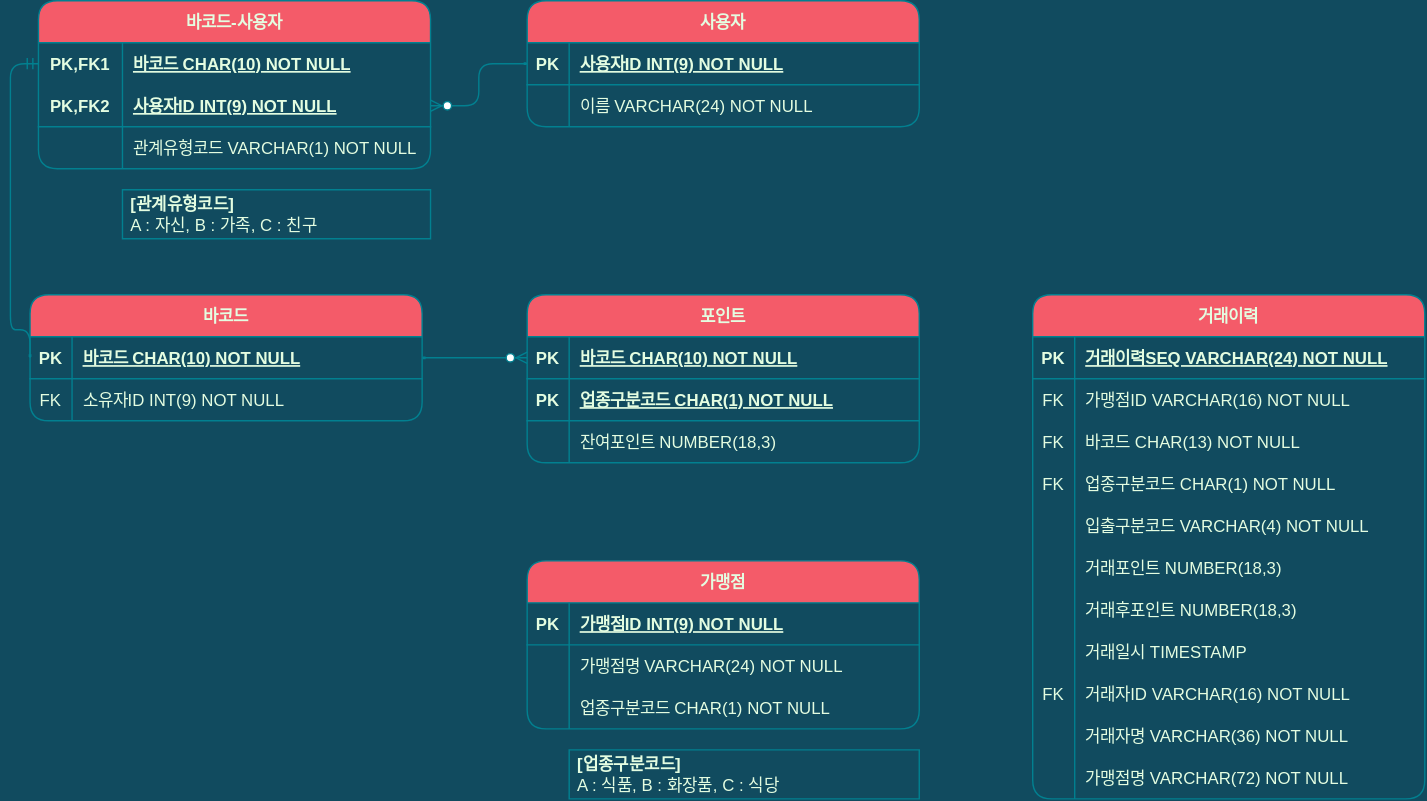
The draw.io diagram document/kakaopay-membership.svg in TyronneJeong/KakaoPay-Subject, before a commit. Source tidied: cells renumbered, new cells last; positions are measured from the earlier drawing's top-left corner, leaving out a move shared by most shapes.
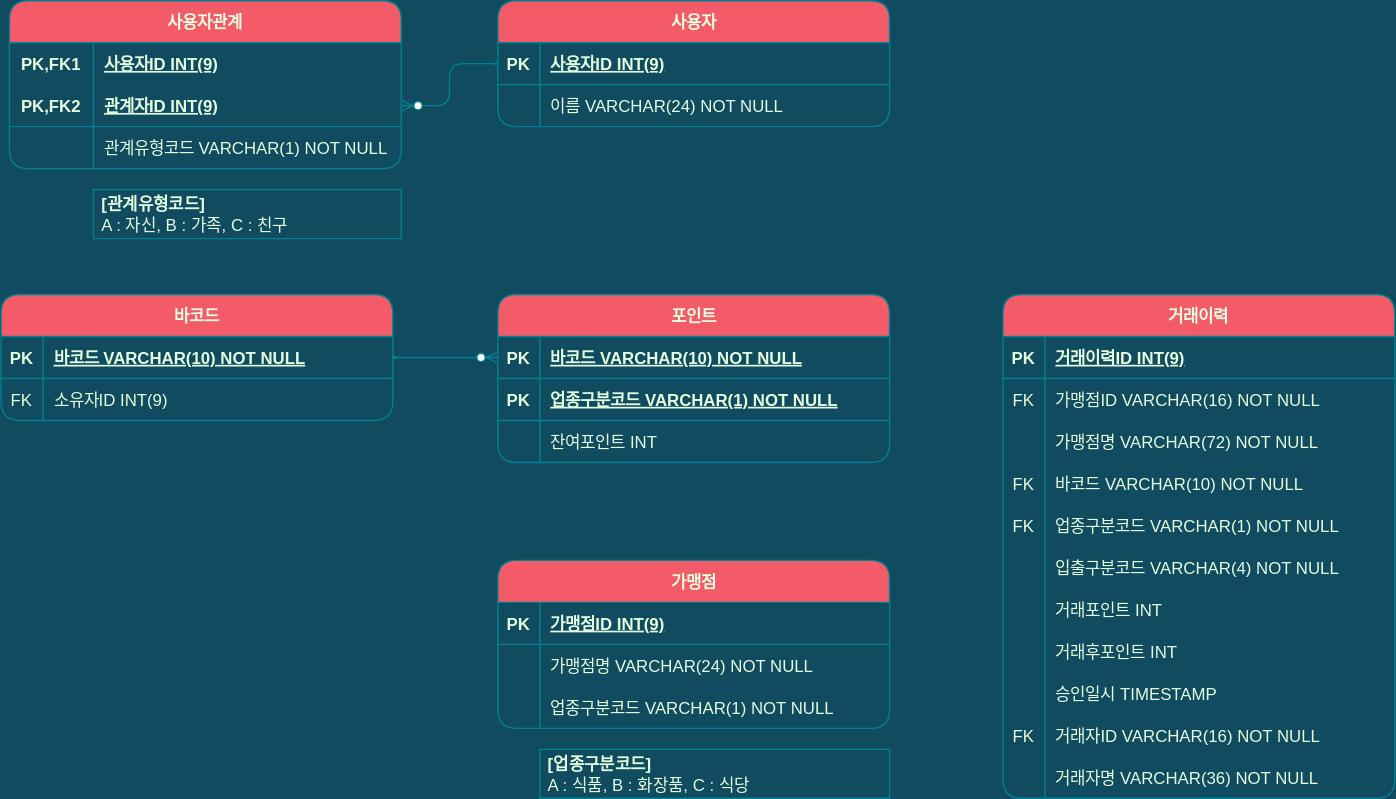
The same file after the commit.

Change to the diagram source:
```diff
@@ -13,3 +13,3 @@
     </mxCell>
-    <mxCell id="5" value="바코드 CHAR(10) NOT NULL" style="shape=partialRectangle;fillColor=none;top=0;left=0;bottom=0;right=0;align=left;spacingLeft=6;fontStyle=5;overflow=hidden;rounded=1;strokeColor=#028090;fontColor=#E4FDE1;" parent="3" vertex="1">
+    <mxCell id="5" value="바코드 VARCHAR(10) NOT NULL" style="shape=partialRectangle;fillColor=none;top=0;left=0;bottom=0;right=0;align=left;spacingLeft=6;fontStyle=5;overflow=hidden;rounded=1;strokeColor=#028090;fontColor=#E4FDE1;" parent="3" vertex="1">
       <mxGeometry x="30" width="250" height="30" as="geometry" />
@@ -22,3 +22,3 @@
     </mxCell>
-    <mxCell id="8" value="소유자ID INT(9) NOT NULL" style="shape=partialRectangle;fillColor=none;top=0;left=0;bottom=0;right=0;align=left;spacingLeft=6;overflow=hidden;rounded=1;strokeColor=#028090;fontColor=#E4FDE1;" parent="6" vertex="1">
+    <mxCell id="8" value="소유자ID INT(9)" style="shape=partialRectangle;fillColor=none;top=0;left=0;bottom=0;right=0;align=left;spacingLeft=6;overflow=hidden;rounded=1;strokeColor=#028090;fontColor=#E4FDE1;" parent="6" vertex="1">
       <mxGeometry x="30" width="250" height="30" as="geometry" />
@@ -34,3 +34,3 @@
     </mxCell>
-    <mxCell id="12" value="사용자ID INT(9) NOT NULL" style="shape=partialRectangle;fillColor=none;top=0;left=0;bottom=0;right=0;align=left;spacingLeft=6;fontStyle=5;overflow=hidden;rounded=1;strokeColor=#028090;fontColor=#E4FDE1;" parent="10" vertex="1">
+    <mxCell id="12" value="사용자ID INT(9)" style="shape=partialRectangle;fillColor=none;top=0;left=0;bottom=0;right=0;align=left;spacingLeft=6;fontStyle=5;overflow=hidden;rounded=1;strokeColor=#028090;fontColor=#E4FDE1;" parent="10" vertex="1">
       <mxGeometry x="30" width="250" height="30" as="geometry" />
@@ -46,3 +46,3 @@
     </mxCell>
-    <mxCell id="16" value="바코드-사용자" style="shape=table;startSize=30;rowLines=0;fontStyle=1;align=center;rounded=1;fillColor=#F45B69;strokeColor=#028090;fontColor=#E4FDE1;" parent="1" vertex="1">
+    <mxCell id="16" value="사용자관계" style="shape=table;startSize=30;rowLines=0;fontStyle=1;align=center;rounded=1;fillColor=#F45B69;strokeColor=#028090;fontColor=#E4FDE1;" parent="1" vertex="1">
       <mxGeometry x="19.9" width="280" height="120" as="geometry" />
@@ -55,3 +55,3 @@
     </mxCell>
-    <mxCell id="19" value="바코드 CHAR(10) NOT NULL" style="shape=partialRectangle;fillColor=none;top=0;left=0;bottom=0;right=0;align=left;spacingLeft=6;fontStyle=5;overflow=hidden;rounded=1;strokeColor=#028090;fontColor=#E4FDE1;" parent="17" vertex="1">
+    <mxCell id="19" value="사용자ID INT(9)" style="shape=partialRectangle;fillColor=none;top=0;left=0;bottom=0;right=0;align=left;spacingLeft=6;fontStyle=5;overflow=hidden;rounded=1;strokeColor=#028090;fontColor=#E4FDE1;" parent="17" vertex="1">
       <mxGeometry x="60" width="220" height="30" as="geometry" />
@@ -64,3 +64,3 @@
     </mxCell>
-    <mxCell id="22" value="사용자ID INT(9) NOT NULL" style="shape=partialRectangle;fillColor=none;top=0;left=0;bottom=0;right=0;align=left;spacingLeft=6;fontStyle=5;overflow=hidden;rounded=1;strokeColor=#028090;fontColor=#E4FDE1;" parent="20" vertex="1">
+    <mxCell id="22" value="관계자ID INT(9)" style="shape=partialRectangle;fillColor=none;top=0;left=0;bottom=0;right=0;align=left;spacingLeft=6;fontStyle=5;overflow=hidden;rounded=1;strokeColor=#028090;fontColor=#E4FDE1;" parent="20" vertex="1">
       <mxGeometry x="60" width="220" height="30" as="geometry" />
@@ -85,3 +85,3 @@
     </mxCell>
-    <mxCell id="29" value="가맹점ID INT(9) NOT NULL" style="shape=partialRectangle;fillColor=none;top=0;left=0;bottom=0;right=0;align=left;spacingLeft=6;fontStyle=5;overflow=hidden;rounded=1;strokeColor=#028090;fontColor=#E4FDE1;" parent="27" vertex="1">
+    <mxCell id="29" value="가맹점ID INT(9)" style="shape=partialRectangle;fillColor=none;top=0;left=0;bottom=0;right=0;align=left;spacingLeft=6;fontStyle=5;overflow=hidden;rounded=1;strokeColor=#028090;fontColor=#E4FDE1;" parent="27" vertex="1">
       <mxGeometry x="30" width="250" height="30" as="geometry" />
@@ -103,3 +103,3 @@
     </mxCell>
-    <mxCell id="35" value="업종구분코드 CHAR(1) NOT NULL" style="shape=partialRectangle;fillColor=none;top=0;left=0;bottom=0;right=0;align=left;spacingLeft=6;overflow=hidden;rounded=1;strokeColor=#028090;fontColor=#E4FDE1;" parent="33" vertex="1">
+    <mxCell id="35" value="업종구분코드 VARCHAR(1) NOT NULL" style="shape=partialRectangle;fillColor=none;top=0;left=0;bottom=0;right=0;align=left;spacingLeft=6;overflow=hidden;rounded=1;strokeColor=#028090;fontColor=#E4FDE1;" parent="33" vertex="1">
       <mxGeometry x="30" width="250" height="30" as="geometry" />
@@ -115,3 +115,3 @@
     </mxCell>
-    <mxCell id="39" value="바코드 CHAR(10) NOT NULL" style="shape=partialRectangle;fillColor=none;top=0;left=0;bottom=0;right=0;align=left;spacingLeft=6;fontStyle=5;overflow=hidden;rounded=1;strokeColor=#028090;fontColor=#E4FDE1;" parent="37" vertex="1">
+    <mxCell id="39" value="바코드 VARCHAR(10) NOT NULL" style="shape=partialRectangle;fillColor=none;top=0;left=0;bottom=0;right=0;align=left;spacingLeft=6;fontStyle=5;overflow=hidden;rounded=1;strokeColor=#028090;fontColor=#E4FDE1;" parent="37" vertex="1">
       <mxGeometry x="30" width="250" height="30" as="geometry" />
@@ -124,3 +124,3 @@
     </mxCell>
-    <mxCell id="42" value="업종구분코드 CHAR(1) NOT NULL" style="shape=partialRectangle;fillColor=none;top=0;left=0;bottom=0;right=0;align=left;spacingLeft=6;fontStyle=5;overflow=hidden;fontFamily=Helvetica;fontSize=12;startSize=0;rounded=1;strokeColor=#028090;fontColor=#E4FDE1;" parent="40" vertex="1">
+    <mxCell id="42" value="업종구분코드 VARCHAR(1) NOT NULL" style="shape=partialRectangle;fillColor=none;top=0;left=0;bottom=0;right=0;align=left;spacingLeft=6;fontStyle=5;overflow=hidden;fontFamily=Helvetica;fontSize=12;startSize=0;rounded=1;strokeColor=#028090;fontColor=#E4FDE1;" parent="40" vertex="1">
       <mxGeometry x="30" width="250" height="30" as="geometry" />
@@ -133,3 +133,3 @@
     </mxCell>
-    <mxCell id="45" value="잔여포인트 NUMBER(18,3)" style="shape=partialRectangle;fillColor=none;top=0;left=0;bottom=0;right=0;align=left;spacingLeft=6;overflow=hidden;rounded=1;strokeColor=#028090;fontColor=#E4FDE1;" parent="43" vertex="1">
+    <mxCell id="45" value="잔여포인트 INT" style="shape=partialRectangle;fillColor=none;top=0;left=0;bottom=0;right=0;align=left;spacingLeft=6;overflow=hidden;rounded=1;strokeColor=#028090;fontColor=#E4FDE1;" parent="43" vertex="1">
       <mxGeometry x="30" width="250" height="30" as="geometry" />
@@ -145,3 +145,3 @@
     </mxCell>
-    <mxCell id="49" value="거래이력SEQ VARCHAR(24) NOT NULL" style="shape=partialRectangle;fillColor=none;top=0;left=0;bottom=0;right=0;align=left;spacingLeft=6;fontStyle=5;overflow=hidden;rounded=1;strokeColor=#028090;fontColor=#E4FDE1;" parent="47" vertex="1">
+    <mxCell id="49" value="거래이력ID INT(9)" style="shape=partialRectangle;fillColor=none;top=0;left=0;bottom=0;right=0;align=left;spacingLeft=6;fontStyle=5;overflow=hidden;rounded=1;strokeColor=#028090;fontColor=#E4FDE1;" parent="47" vertex="1">
       <mxGeometry x="30" width="250" height="30" as="geometry" />
@@ -157,4 +157,13 @@
     </mxCell>
+    <mxCell id="77" style="shape=tableRow;horizontal=0;startSize=0;swimlaneHead=0;swimlaneBody=0;fillColor=none;top=0;left=0;right=0;bottom=0;rounded=1;strokeColor=#028090;fontColor=#E4FDE1;" parent="46" vertex="1">
+      <mxGeometry y="90" width="280" height="30" as="geometry" />
+    </mxCell>
+    <mxCell id="78" style="shape=partialRectangle;fillColor=none;top=0;left=0;bottom=0;right=0;overflow=hidden;rounded=1;strokeColor=#028090;fontColor=#E4FDE1;" parent="77" vertex="1">
+      <mxGeometry width="30" height="30" as="geometry" />
+    </mxCell>
+    <mxCell id="79" value="가맹점명 VARCHAR(72) NOT NULL" style="shape=partialRectangle;fillColor=none;top=0;left=0;bottom=0;right=0;align=left;spacingLeft=6;overflow=hidden;rounded=1;strokeColor=#028090;fontColor=#E4FDE1;" parent="77" vertex="1">
+      <mxGeometry x="30" width="250" height="30" as="geometry" />
+    </mxCell>
     <mxCell id="53" style="shape=tableRow;horizontal=0;startSize=0;swimlaneHead=0;swimlaneBody=0;fillColor=none;top=0;left=0;right=0;bottom=0;rounded=1;strokeColor=#028090;fontColor=#E4FDE1;" parent="46" vertex="1">
-      <mxGeometry y="90" width="280" height="30" as="geometry" />
+      <mxGeometry y="120" width="280" height="30" as="geometry" />
     </mxCell>
@@ -163,3 +172,3 @@
     </mxCell>
-    <mxCell id="55" value="바코드 CHAR(13) NOT NULL" style="shape=partialRectangle;fillColor=none;top=0;left=0;bottom=0;right=0;align=left;spacingLeft=6;overflow=hidden;rounded=1;strokeColor=#028090;fontColor=#E4FDE1;" parent="53" vertex="1">
+    <mxCell id="55" value="바코드 VARCHAR(10) NOT NULL" style="shape=partialRectangle;fillColor=none;top=0;left=0;bottom=0;right=0;align=left;spacingLeft=6;overflow=hidden;rounded=1;strokeColor=#028090;fontColor=#E4FDE1;" parent="53" vertex="1">
       <mxGeometry x="30" width="250" height="30" as="geometry" />
@@ -167,3 +176,3 @@
     <mxCell id="56" style="shape=tableRow;horizontal=0;startSize=0;swimlaneHead=0;swimlaneBody=0;fillColor=none;top=0;left=0;right=0;bottom=0;rounded=1;strokeColor=#028090;fontColor=#E4FDE1;" parent="46" vertex="1">
-      <mxGeometry y="120" width="280" height="30" as="geometry" />
+      <mxGeometry y="150" width="280" height="30" as="geometry" />
     </mxCell>
@@ -172,3 +181,3 @@
     </mxCell>
-    <mxCell id="58" value="업종구분코드 CHAR(1) NOT NULL" style="shape=partialRectangle;fillColor=none;top=0;left=0;bottom=0;right=0;align=left;spacingLeft=6;overflow=hidden;rounded=1;strokeColor=#028090;fontColor=#E4FDE1;" parent="56" vertex="1">
+    <mxCell id="58" value="업종구분코드 VARCHAR(1) NOT NULL" style="shape=partialRectangle;fillColor=none;top=0;left=0;bottom=0;right=0;align=left;spacingLeft=6;overflow=hidden;rounded=1;strokeColor=#028090;fontColor=#E4FDE1;" parent="56" vertex="1">
       <mxGeometry x="30" width="250" height="30" as="geometry" />
@@ -176,3 +185,3 @@
     <mxCell id="59" style="shape=tableRow;horizontal=0;startSize=0;swimlaneHead=0;swimlaneBody=0;fillColor=none;top=0;left=0;right=0;bottom=0;rounded=1;strokeColor=#028090;fontColor=#E4FDE1;" parent="46" vertex="1">
-      <mxGeometry y="150" width="280" height="30" as="geometry" />
+      <mxGeometry y="180" width="280" height="30" as="geometry" />
     </mxCell>
@@ -185,3 +194,3 @@
     <mxCell id="62" style="shape=tableRow;horizontal=0;startSize=0;swimlaneHead=0;swimlaneBody=0;fillColor=none;top=0;left=0;right=0;bottom=0;rounded=1;strokeColor=#028090;fontColor=#E4FDE1;" parent="46" vertex="1">
-      <mxGeometry y="180" width="280" height="30" as="geometry" />
+      <mxGeometry y="210" width="280" height="30" as="geometry" />
     </mxCell>
@@ -190,3 +199,3 @@
     </mxCell>
-    <mxCell id="64" value="거래포인트 NUMBER(18,3)" style="shape=partialRectangle;fillColor=none;top=0;left=0;bottom=0;right=0;align=left;spacingLeft=6;overflow=hidden;rounded=1;strokeColor=#028090;fontColor=#E4FDE1;" parent="62" vertex="1">
+    <mxCell id="64" value="거래포인트 INT" style="shape=partialRectangle;fillColor=none;top=0;left=0;bottom=0;right=0;align=left;spacingLeft=6;overflow=hidden;rounded=1;strokeColor=#028090;fontColor=#E4FDE1;" parent="62" vertex="1">
       <mxGeometry x="30" width="250" height="30" as="geometry" />
@@ -194,3 +203,3 @@
     <mxCell id="65" style="shape=tableRow;horizontal=0;startSize=0;swimlaneHead=0;swimlaneBody=0;fillColor=none;top=0;left=0;right=0;bottom=0;rounded=1;strokeColor=#028090;fontColor=#E4FDE1;" parent="46" vertex="1">
-      <mxGeometry y="210" width="280" height="30" as="geometry" />
+      <mxGeometry y="240" width="280" height="30" as="geometry" />
     </mxCell>
@@ -199,3 +208,3 @@
     </mxCell>
-    <mxCell id="67" value="거래후포인트 NUMBER(18,3)" style="shape=partialRectangle;fillColor=none;top=0;left=0;bottom=0;right=0;align=left;spacingLeft=6;overflow=hidden;rounded=1;strokeColor=#028090;fontColor=#E4FDE1;" parent="65" vertex="1">
+    <mxCell id="67" value="거래후포인트 INT" style="shape=partialRectangle;fillColor=none;top=0;left=0;bottom=0;right=0;align=left;spacingLeft=6;overflow=hidden;rounded=1;strokeColor=#028090;fontColor=#E4FDE1;" parent="65" vertex="1">
       <mxGeometry x="30" width="250" height="30" as="geometry" />
@@ -203,3 +212,3 @@
     <mxCell id="68" style="shape=tableRow;horizontal=0;startSize=0;swimlaneHead=0;swimlaneBody=0;fillColor=none;top=0;left=0;right=0;bottom=0;rounded=1;strokeColor=#028090;fontColor=#E4FDE1;" parent="46" vertex="1">
-      <mxGeometry y="240" width="280" height="30" as="geometry" />
+      <mxGeometry y="270" width="280" height="30" as="geometry" />
     </mxCell>
@@ -208,3 +217,3 @@
     </mxCell>
-    <mxCell id="70" value="거래일시 TIMESTAMP" style="shape=partialRectangle;fillColor=none;top=0;left=0;bottom=0;right=0;align=left;spacingLeft=6;overflow=hidden;rounded=1;strokeColor=#028090;fontColor=#E4FDE1;" parent="68" vertex="1">
+    <mxCell id="70" value="승인일시 TIMESTAMP" style="shape=partialRectangle;fillColor=none;top=0;left=0;bottom=0;right=0;align=left;spacingLeft=6;overflow=hidden;rounded=1;strokeColor=#028090;fontColor=#E4FDE1;" parent="68" vertex="1">
       <mxGeometry x="30" width="250" height="30" as="geometry" />
@@ -212,3 +221,3 @@
     <mxCell id="71" style="shape=tableRow;horizontal=0;startSize=0;swimlaneHead=0;swimlaneBody=0;fillColor=none;top=0;left=0;right=0;bottom=0;rounded=1;strokeColor=#028090;fontColor=#E4FDE1;" parent="46" vertex="1">
-      <mxGeometry y="270" width="280" height="30" as="geometry" />
+      <mxGeometry y="300" width="280" height="30" as="geometry" />
     </mxCell>
@@ -221,3 +230,3 @@
     <mxCell id="74" style="shape=tableRow;horizontal=0;startSize=0;swimlaneHead=0;swimlaneBody=0;fillColor=none;top=0;left=0;right=0;bottom=0;rounded=1;strokeColor=#028090;fontColor=#E4FDE1;" parent="46" vertex="1">
-      <mxGeometry y="300" width="280" height="30" as="geometry" />
+      <mxGeometry y="330" width="280" height="30" as="geometry" />
     </mxCell>
@@ -229,11 +238,2 @@
     </mxCell>
-    <mxCell id="77" style="shape=tableRow;horizontal=0;startSize=0;swimlaneHead=0;swimlaneBody=0;fillColor=none;top=0;left=0;right=0;bottom=0;rounded=1;strokeColor=#028090;fontColor=#E4FDE1;" parent="46" vertex="1">
-      <mxGeometry y="330" width="280" height="30" as="geometry" />
-    </mxCell>
-    <mxCell id="78" style="shape=partialRectangle;fillColor=none;top=0;left=0;bottom=0;right=0;overflow=hidden;rounded=1;strokeColor=#028090;fontColor=#E4FDE1;" parent="77" vertex="1">
-      <mxGeometry width="30" height="30" as="geometry" />
-    </mxCell>
-    <mxCell id="79" value="가맹점명 VARCHAR(72) NOT NULL" style="shape=partialRectangle;fillColor=none;top=0;left=0;bottom=0;right=0;align=left;spacingLeft=6;overflow=hidden;rounded=1;strokeColor=#028090;fontColor=#E4FDE1;" parent="77" vertex="1">
-      <mxGeometry x="30" width="250" height="30" as="geometry" />
-    </mxCell>
     <mxCell id="80" style="edgeStyle=orthogonalEdgeStyle;fontSize=12;html=1;endArrow=ERzeroToMany;startArrow=ERmandOne;fontFamily=Helvetica;startSize=0;exitX=0;exitY=0.5;exitDx=0;exitDy=0;rounded=1;labelBackgroundColor=#114B5F;strokeColor=#028090;fontColor=#E4FDE1;" parent="1" edge="1" source="10" target="20">
@@ -241,10 +241,2 @@
     </mxCell>
-    <mxCell id="81" style="edgeStyle=orthogonalEdgeStyle;fontSize=12;html=1;endArrow=ERmandOne;startArrow=ERmandOne;fontFamily=Helvetica;startSize=0;exitX=0;exitY=0.5;exitDx=0;exitDy=0;entryX=0;entryY=0.5;entryDx=0;entryDy=0;rounded=1;labelBackgroundColor=#114B5F;strokeColor=#028090;fontColor=#E4FDE1;" parent="1" edge="1" source="3" target="17">
-      <mxGeometry relative="1" as="geometry">
-        <Array as="points">
-          <mxPoint x="-0.1" y="235" />
-          <mxPoint x="-0.1" y="45" />
-        </Array>
-      </mxGeometry>
-    </mxCell>
     <mxCell id="82" style="edgeStyle=entityRelationEdgeStyle;fontSize=12;html=1;endArrow=ERzeroToMany;startArrow=ERmandOne;fontFamily=Helvetica;startSize=0;entryX=0;entryY=0.5;entryDx=0;entryDy=0;rounded=1;labelBackgroundColor=#114B5F;strokeColor=#028090;fontColor=#E4FDE1;" parent="1" edge="1" source="3" target="37">
```
